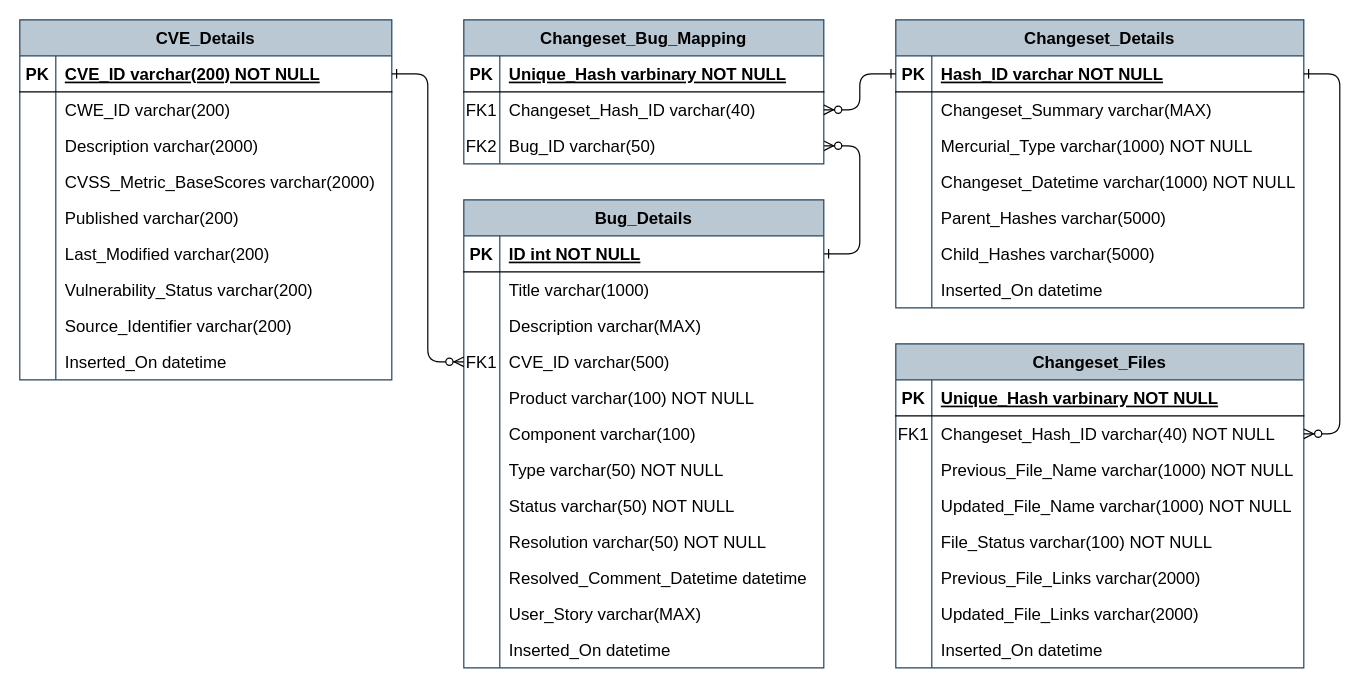
The draw.io diagram Bugzilla/FixFox.drawio in quocbui2020/requirement_descriptions_and_bug_counts, before the edit. Source tidied: cells renumbered, new cells numbered last; positions are measured from the earlier drawing's top-left corner, leaving out a move shared by most shapes. Both pictures are drawn from the tidied source at 120%, with x=0, y=0 at pixel (19, 19).
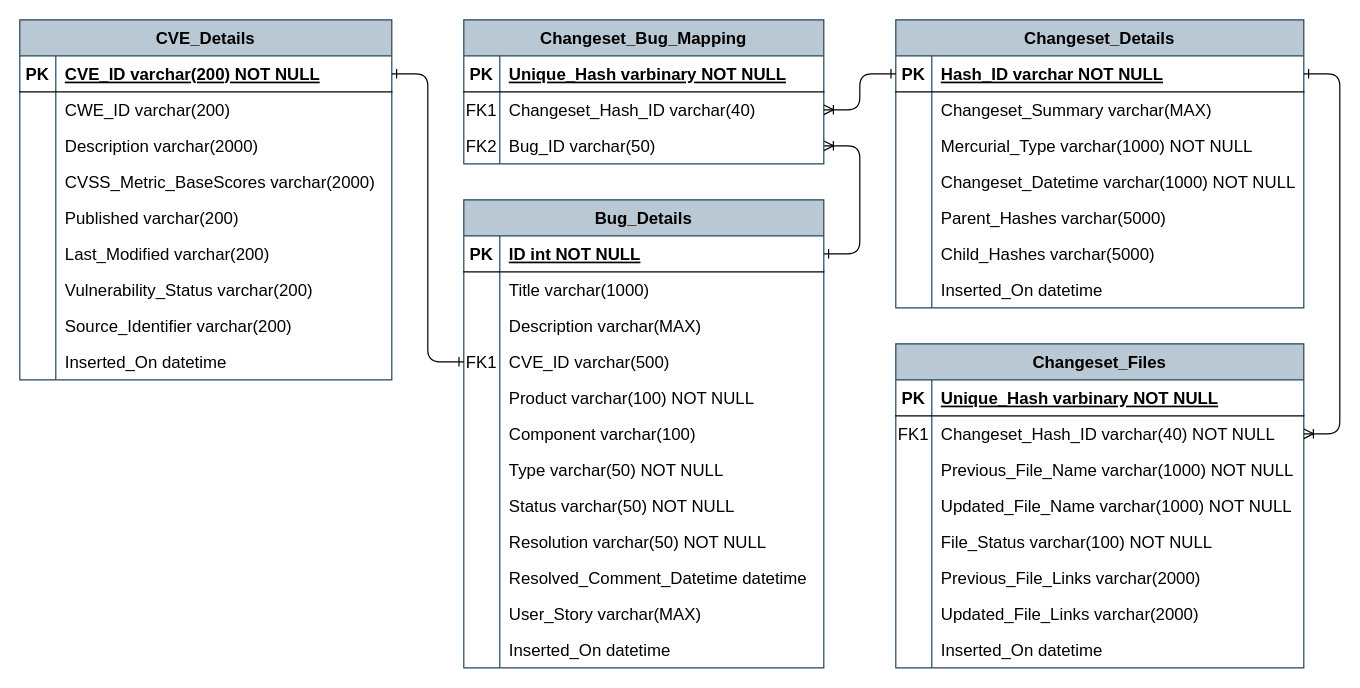
The same page after the edit.

Unchanged cells that the change refers to:
```xml
<mxCell id="7" style="shape=partialRectangle;fillColor=none;points=[[0,0.5],[1,0.5]];portConstraint=eastwest;top=0;left=0;right=0;bottom=0;" parent="3" vertex="1">
  <mxGeometry y="60" width="300" height="30" as="geometry" />
</mxCell>
<mxCell id="10" style="shape=partialRectangle;fillColor=none;points=[[0,0.5],[1,0.5]];portConstraint=eastwest;top=0;left=0;right=0;bottom=0;" parent="3" vertex="1">
  <mxGeometry y="90" width="300" height="30" as="geometry" />
</mxCell>
<mxCell id="14" style="shape=partialRectangle;fillColor=none;points=[[0,0.5],[1,0.5]];portConstraint=eastwest;top=0;left=0;right=0;bottom=1;" parent="13" vertex="1">
  <mxGeometry y="30" width="310" height="30" as="geometry" />
</mxCell>
<mxCell id="42" style="shape=partialRectangle;fillColor=none;points=[[0,0.5],[1,0.5]];portConstraint=eastwest;top=0;left=0;right=0;bottom=1;" parent="41" vertex="1">
  <mxGeometry y="30" width="300" height="30" as="geometry" />
</mxCell>
<mxCell id="51" style="shape=partialRectangle;fillColor=none;points=[[0,0.5],[1,0.5]];portConstraint=eastwest;top=0;left=0;right=0;bottom=0;" parent="41" vertex="1">
  <mxGeometry y="120" width="300" height="30" as="geometry" />
</mxCell>
<mxCell id="79" style="shape=partialRectangle;fillColor=none;points=[[0,0.5],[1,0.5]];portConstraint=eastwest;top=0;left=0;right=0;bottom=1;" parent="78" vertex="1">
  <mxGeometry y="30" width="340" height="30" as="geometry" />
</mxCell>
<mxCell id="104" style="shape=partialRectangle;fillColor=none;points=[[0,0.5],[1,0.5]];portConstraint=eastwest;top=0;left=0;right=0;bottom=0;" parent="100" vertex="1">
  <mxGeometry y="60" width="340" height="30" as="geometry" />
</mxCell>
```

What changed in the source:
```diff
@@
-    <mxCell id="2" style="edgeStyle=entityRelationEdgeStyle;endArrow=ERzeroToMany;startArrow=ERone;endFill=1;startFill=0;" parent="1" edge="1" source="42" target="10">
+    <mxCell id="2" style="edgeStyle=entityRelationEdgeStyle;endArrow=ERoneToMany;startArrow=ERone;endFill=0;startFill=0;" parent="1" edge="1" source="42" target="10">
       <mxGeometry relative="1" as="geometry" />
     </mxCell>
@@
-    <mxCell id="125" style="edgeStyle=entityRelationEdgeStyle;endArrow=ERzeroToMany;startArrow=ERone;endFill=1;startFill=0;exitX=0;exitY=0.5;exitDx=0;exitDy=0;" parent="1" edge="1" source="79" target="7">
+    <mxCell id="125" style="edgeStyle=entityRelationEdgeStyle;endArrow=ERoneToMany;startArrow=ERone;endFill=0;startFill=0;exitX=0;exitY=0.5;exitDx=0;exitDy=0;" parent="1" edge="1" source="79" target="7">
       <mxGeometry relative="1" as="geometry" />
     </mxCell>
-    <mxCell id="126" style="edgeStyle=entityRelationEdgeStyle;endArrow=ERzeroToMany;startArrow=ERone;endFill=1;startFill=0;" parent="1" edge="1" source="79" target="104">
+    <mxCell id="126" style="edgeStyle=entityRelationEdgeStyle;endArrow=ERoneToMany;startArrow=ERone;endFill=0;startFill=0;" parent="1" edge="1" source="79" target="104">
       <mxGeometry relative="1" as="geometry" />
     </mxCell>
-    <mxCell id="127" style="edgeStyle=entityRelationEdgeStyle;endArrow=ERzeroToMany;startArrow=ERone;endFill=1;startFill=0;" parent="1" edge="1" source="14" target="51">
+    <mxCell id="127" style="edgeStyle=entityRelationEdgeStyle;endArrow=ERone;startArrow=ERone;endFill=0;startFill=0;" parent="1" edge="1" source="14" target="51">
       <mxGeometry relative="1" as="geometry" />
     </mxCell>
```
